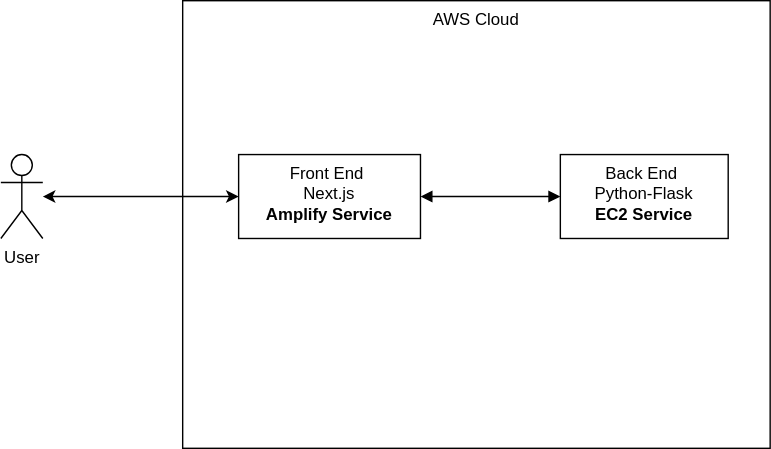
slawek0102/infoshare-ml-cv-fe keeps this draw.io diagram as public/schemat.svg. Above is the earlier version. Source tidied: cells renumbered, new cells last; positions are measured from the earlier drawing's top-left corner, leaving out a move shared by most shapes. The source it was exported from:
```xml
<mxGraphModel>
  <root>
    <mxCell id="0" />
    <mxCell id="1" parent="0" />
    <mxCell id="2" value="&lt;div&gt;&lt;span style=&quot;background-color: initial;&quot;&gt;AWS Cloud&lt;/span&gt;&lt;br&gt;&lt;/div&gt;" style="rounded=0;whiteSpace=wrap;html=1;verticalAlign=top;" parent="1" vertex="1">
      <mxGeometry x="130" width="420" height="320" as="geometry" />
    </mxCell>
    <mxCell id="3" style="edgeStyle=orthogonalEdgeStyle;rounded=0;jettySize=auto;html=1;entryX=0;entryY=0.5;entryDx=0;entryDy=0;endArrow=block;endFill=1;startArrow=block;startFill=1;" parent="1" edge="1" source="4" target="5">
      <mxGeometry relative="1" as="geometry" />
    </mxCell>
    <mxCell id="4" value="&lt;div&gt;Front End&amp;nbsp;&lt;/div&gt;&lt;div&gt;Next.js&lt;/div&gt;&lt;b&gt;Amplify Service&lt;/b&gt;" style="rounded=0;whiteSpace=wrap;html=1;horizontal=1;verticalAlign=top;" parent="1" vertex="1">
      <mxGeometry x="170" y="110" width="130" height="60" as="geometry" />
    </mxCell>
    <mxCell id="5" value="&lt;div&gt;Back End&amp;nbsp;&lt;/div&gt;&lt;div&gt;Python-Flask&lt;/div&gt;&lt;b&gt;EC2 Service&lt;/b&gt;" style="rounded=0;whiteSpace=wrap;html=1;horizontal=1;verticalAlign=top;" parent="1" vertex="1">
      <mxGeometry x="400" y="110" width="120" height="60" as="geometry" />
    </mxCell>
    <mxCell id="6" value="User&lt;div&gt;&lt;br&gt;&lt;/div&gt;" style="shape=umlActor;verticalLabelPosition=bottom;verticalAlign=top;html=1;outlineConnect=0;fontStyle=0;" parent="1" vertex="1">
      <mxGeometry y="110" width="30" height="60" as="geometry" />
    </mxCell>
    <mxCell id="7" style="endArrow=classic;startArrow=classic;html=1;rounded=0;entryX=0;entryY=0.5;entryDx=0;entryDy=0;" parent="1" edge="1" target="4">
      <mxGeometry relative="1" as="geometry">
        <mxPoint x="30" y="140" as="sourcePoint" />
      </mxGeometry>
    </mxCell>
  </root>
</mxGraphModel>
```
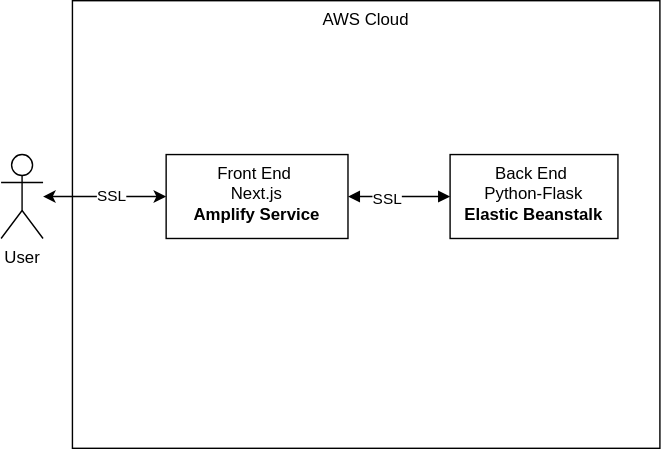
Later version of the same file.

The edit, as a diff of the source:
```diff
@@ -8,19 +8,23 @@
     <mxCell id="3" style="edgeStyle=orthogonalEdgeStyle;rounded=0;jettySize=auto;html=1;entryX=0;entryY=0.5;entryDx=0;entryDy=0;endArrow=block;endFill=1;startArrow=block;startFill=1;" parent="1" edge="1" source="4" target="5">
       <mxGeometry relative="1" as="geometry" />
     </mxCell>
+    <mxCell id="8" value="SSL" style="edgeLabel;html=1;align=center;verticalAlign=middle;" parent="3" vertex="1">
+      <mxGeometry x="-0.26" y="-1" relative="1" as="geometry" />
+    </mxCell>
     <mxCell id="4" value="&lt;div&gt;Front End&amp;nbsp;&lt;/div&gt;&lt;div&gt;Next.js&lt;/div&gt;&lt;b&gt;Amplify Service&lt;/b&gt;" style="rounded=0;whiteSpace=wrap;html=1;horizontal=1;verticalAlign=top;" parent="1" vertex="1">
-      <mxGeometry x="170" y="110" width="130" height="60" as="geometry" />
+      <mxGeometry x="197" y="110" width="130" height="60" as="geometry" />
     </mxCell>
-    <mxCell id="5" value="&lt;div&gt;Back End&amp;nbsp;&lt;/div&gt;&lt;div&gt;Python-Flask&lt;/div&gt;&lt;b&gt;EC2 Service&lt;/b&gt;" style="rounded=0;whiteSpace=wrap;html=1;horizontal=1;verticalAlign=top;" parent="1" vertex="1">
+    <mxCell id="5" value="&lt;div&gt;Back End&amp;nbsp;&lt;/div&gt;&lt;div&gt;Python-Flask&lt;/div&gt;&lt;b&gt;Elastic Beanstalk&lt;/b&gt;" style="rounded=0;whiteSpace=wrap;html=1;horizontal=1;verticalAlign=top;" parent="1" vertex="1">
       <mxGeometry x="400" y="110" width="120" height="60" as="geometry" />
     </mxCell>
     <mxCell id="6" value="User&lt;div&gt;&lt;br&gt;&lt;/div&gt;" style="shape=umlActor;verticalLabelPosition=bottom;verticalAlign=top;html=1;outlineConnect=0;fontStyle=0;" parent="1" vertex="1">
-      <mxGeometry y="110" width="30" height="60" as="geometry" />
+      <mxGeometry x="79" y="110" width="30" height="60" as="geometry" />
     </mxCell>
-    <mxCell id="7" style="endArrow=classic;startArrow=classic;html=1;rounded=0;entryX=0;entryY=0.5;entryDx=0;entryDy=0;" parent="1" edge="1" target="4">
-      <mxGeometry relative="1" as="geometry">
-        <mxPoint x="30" y="140" as="sourcePoint" />
-      </mxGeometry>
+    <mxCell id="7" style="endArrow=classic;startArrow=classic;html=1;rounded=0;entryX=0;entryY=0.5;entryDx=0;entryDy=0;" parent="1" edge="1" source="6" target="4">
+      <mxGeometry relative="1" as="geometry" />
     </mxCell>
+    <mxCell id="9" value="SSL" style="edgeLabel;html=1;align=center;verticalAlign=middle;" parent="7" vertex="1">
+      <mxGeometry x="0.08" y="1" relative="1" as="geometry" />
+    </mxCell>
   </root>
 </mxGraphModel>
```
